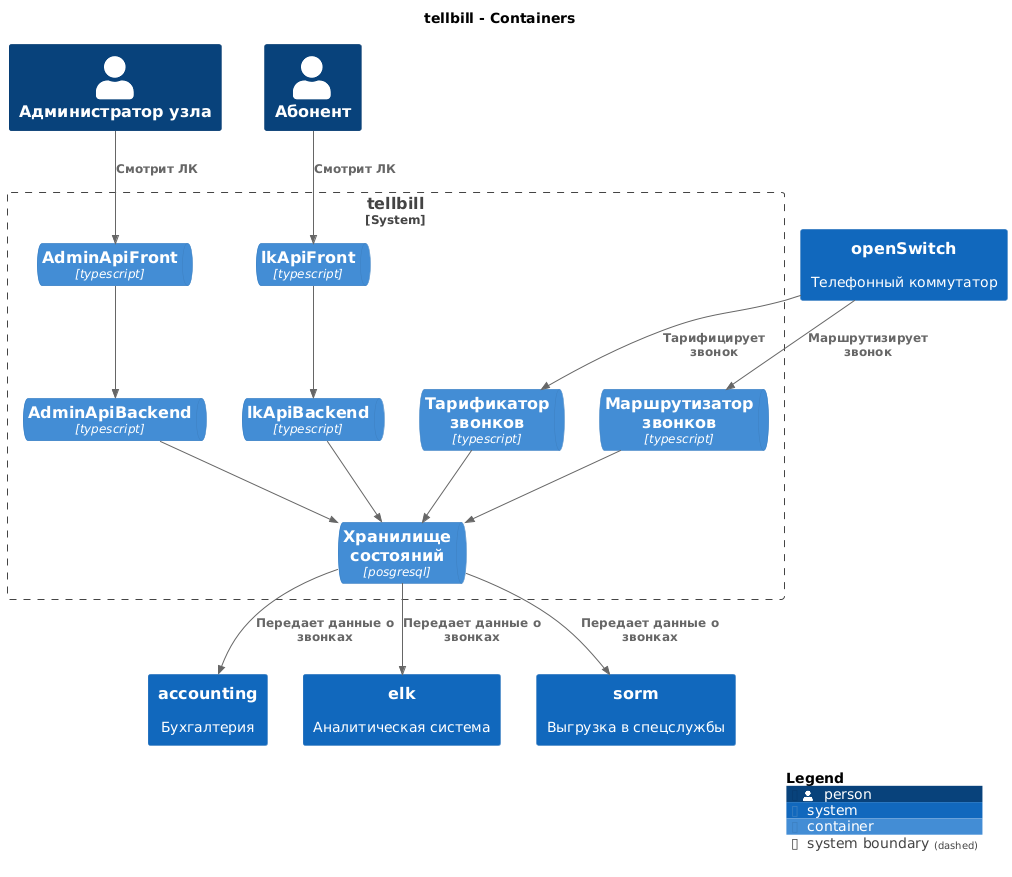
This is docs/c4-dsl/plantuml/png/structurizr-Containers.png from lfuuu/Diplom, a PlantUML export, as it was before one commit. Source of this version:
```plantuml
@startuml
set separator none
title tellbill - Containers

top to bottom direction

!include <C4/C4>
!include <C4/C4_Context>
!include <C4/C4_Container>

Person(Администраторузла, "Администратор узла", $descr="", $tags="", $link="")
Person(Абонент, "Абонент", $descr="", $tags="", $link="")
System(openSwitch, "openSwitch", $descr="Телефонный коммутатор", $tags="", $link="")
System(accounting, "accounting", $descr="Бухгалтерия", $tags="", $link="")
System(elk, "elk", $descr="Аналитическая система", $tags="", $link="")
System(sorm, "sorm", $descr="Выгрузка в спецслужбы", $tags="", $link="")

System_Boundary("tellbill_boundary", "tellbill", $tags="") {
  ContainerQueue(tellbill.Хранилищесостояний, "Хранилище состояний", $techn="posgresql", $descr="", $tags="", $link="")
  ContainerQueue(tellbill.lkApiBackend, "lkApiBackend", $techn="typescript", $descr="", $tags="", $link="")
  ContainerQueue(tellbill.lkApiFront, "lkApiFront", $techn="typescript", $descr="", $tags="", $link="")
  ContainerQueue(tellbill.AdminApiBackend, "AdminApiBackend", $techn="typescript", $descr="", $tags="", $link="")
  ContainerQueue(tellbill.AdminApiFront, "AdminApiFront", $techn="typescript", $descr="", $tags="", $link="")
  ContainerQueue(tellbill.Тарификаторзвонков, "Тарификатор звонков", $techn="typescript", $descr="", $tags="", $link="")
  ContainerQueue(tellbill.Маршрутизаторзвонков, "Маршрутизатор звонков", $techn="typescript", $descr="", $tags="", $link="")
}

Rel(tellbill.Тарификаторзвонков, tellbill.Хранилищесостояний, "", $techn="", $tags="", $link="")
Rel(tellbill.Маршрутизаторзвонков, tellbill.Хранилищесостояний, "", $techn="", $tags="", $link="")
Rel(tellbill.Хранилищесостояний, elk, "Передает данные о звонках", $techn="", $tags="", $link="")
Rel(tellbill.Хранилищесостояний, sorm, "Передает данные о звонках", $techn="", $tags="", $link="")
Rel(tellbill.Хранилищесостояний, accounting, "Передает данные о звонках", $techn="", $tags="", $link="")
Rel(tellbill.lkApiFront, tellbill.lkApiBackend, "", $techn="", $tags="", $link="")
Rel(tellbill.AdminApiFront, tellbill.AdminApiBackend, "", $techn="", $tags="", $link="")
Rel(tellbill.lkApiBackend, tellbill.Хранилищесостояний, "", $techn="", $tags="", $link="")
Rel(tellbill.AdminApiBackend, tellbill.Хранилищесостояний, "", $techn="", $tags="", $link="")
Rel(openSwitch, tellbill.Тарификаторзвонков, "Тарифицирует звонок", $techn="", $tags="", $link="")
Rel(openSwitch, tellbill.Маршрутизаторзвонков, "Маршрутизирует звонок", $techn="", $tags="", $link="")
Rel(Абонент, tellbill.lkApiFront, "Смотрит ЛК", $techn="", $tags="", $link="")
Rel(Администраторузла, tellbill.AdminApiFront, "Смотрит ЛК", $techn="", $tags="", $link="")

SHOW_LEGEND(true)
@enduml
```
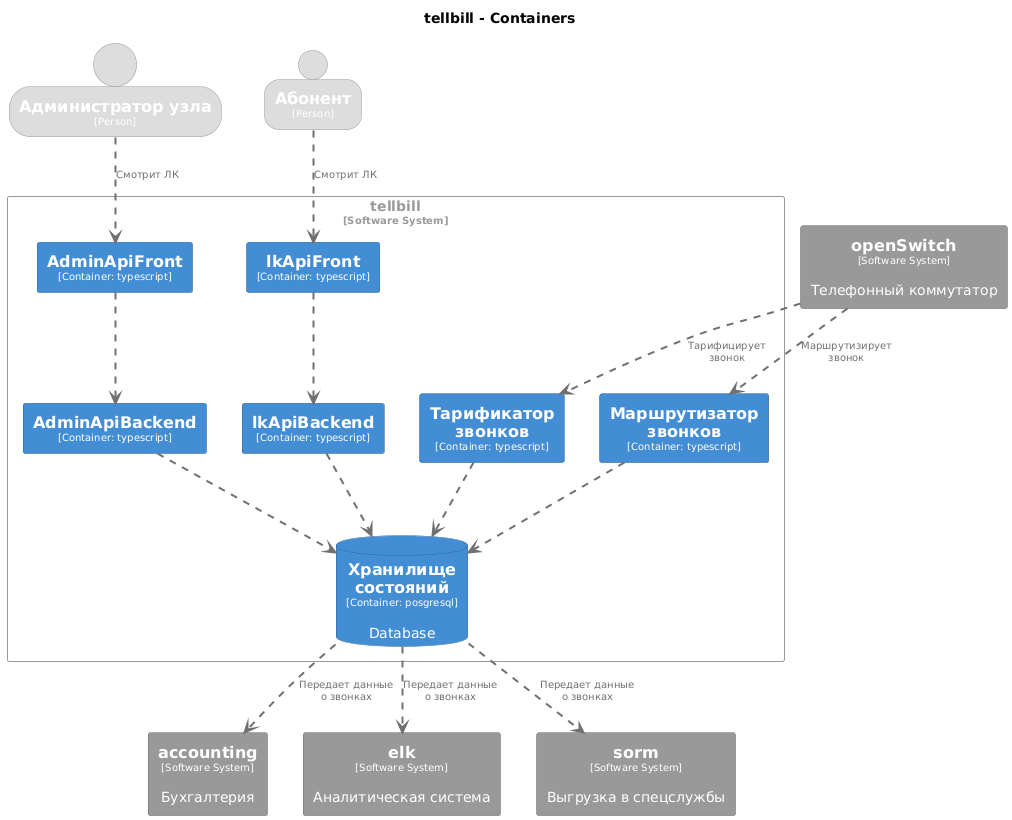
Above is the later version.

Diff of the diagram source:
```diff
@@ -4,40 +4,127 @@
 
 top to bottom direction
 
-!include <C4/C4>
-!include <C4/C4_Context>
-!include <C4/C4_Container>
-
-Person(Администраторузла, "Администратор узла", $descr="", $tags="", $link="")
-Person(Абонент, "Абонент", $descr="", $tags="", $link="")
-System(openSwitch, "openSwitch", $descr="Телефонный коммутатор", $tags="", $link="")
-System(accounting, "accounting", $descr="Бухгалтерия", $tags="", $link="")
-System(elk, "elk", $descr="Аналитическая система", $tags="", $link="")
-System(sorm, "sorm", $descr="Выгрузка в спецслужбы", $tags="", $link="")
-
-System_Boundary("tellbill_boundary", "tellbill", $tags="") {
-  ContainerQueue(tellbill.Хранилищесостояний, "Хранилище состояний", $techn="posgresql", $descr="", $tags="", $link="")
-  ContainerQueue(tellbill.lkApiBackend, "lkApiBackend", $techn="typescript", $descr="", $tags="", $link="")
-  ContainerQueue(tellbill.lkApiFront, "lkApiFront", $techn="typescript", $descr="", $tags="", $link="")
-  ContainerQueue(tellbill.AdminApiBackend, "AdminApiBackend", $techn="typescript", $descr="", $tags="", $link="")
-  ContainerQueue(tellbill.AdminApiFront, "AdminApiFront", $techn="typescript", $descr="", $tags="", $link="")
-  ContainerQueue(tellbill.Тарификаторзвонков, "Тарификатор звонков", $techn="typescript", $descr="", $tags="", $link="")
-  ContainerQueue(tellbill.Маршрутизаторзвонков, "Маршрутизатор звонков", $techn="typescript", $descr="", $tags="", $link="")
+skinparam {
+  arrowFontSize 10
+  defaultTextAlignment center
+  wrapWidth 200
+  maxMessageSize 100
 }
 
-Rel(tellbill.Тарификаторзвонков, tellbill.Хранилищесостояний, "", $techn="", $tags="", $link="")
-Rel(tellbill.Маршрутизаторзвонков, tellbill.Хранилищесостояний, "", $techn="", $tags="", $link="")
-Rel(tellbill.Хранилищесостояний, elk, "Передает данные о звонках", $techn="", $tags="", $link="")
-Rel(tellbill.Хранилищесостояний, sorm, "Передает данные о звонках", $techn="", $tags="", $link="")
-Rel(tellbill.Хранилищесостояний, accounting, "Передает данные о звонках", $techn="", $tags="", $link="")
-Rel(tellbill.lkApiFront, tellbill.lkApiBackend, "", $techn="", $tags="", $link="")
-Rel(tellbill.AdminApiFront, tellbill.AdminApiBackend, "", $techn="", $tags="", $link="")
-Rel(tellbill.lkApiBackend, tellbill.Хранилищесостояний, "", $techn="", $tags="", $link="")
-Rel(tellbill.AdminApiBackend, tellbill.Хранилищесостояний, "", $techn="", $tags="", $link="")
-Rel(openSwitch, tellbill.Тарификаторзвонков, "Тарифицирует звонок", $techn="", $tags="", $link="")
-Rel(openSwitch, tellbill.Маршрутизаторзвонков, "Маршрутизирует звонок", $techn="", $tags="", $link="")
-Rel(Абонент, tellbill.lkApiFront, "Смотрит ЛК", $techn="", $tags="", $link="")
-Rel(Администраторузла, tellbill.AdminApiFront, "Смотрит ЛК", $techn="", $tags="", $link="")
+hide stereotype
 
-SHOW_LEGEND(true)
+skinparam rectangle<<tellbill.AdminApiBackend>> {
+  BackgroundColor #438dd5
+  FontColor #ffffff
+  BorderColor #2e6295
+  shadowing false
+}
+skinparam rectangle<<tellbill.AdminApiFront>> {
+  BackgroundColor #438dd5
+  FontColor #ffffff
+  BorderColor #2e6295
+  shadowing false
+}
+skinparam rectangle<<accounting>> {
+  BackgroundColor #999999
+  FontColor #ffffff
+  BorderColor #6b6b6b
+  shadowing false
+}
+skinparam rectangle<<elk>> {
+  BackgroundColor #999999
+  FontColor #ffffff
+  BorderColor #6b6b6b
+  shadowing false
+}
+skinparam rectangle<<tellbill.lkApiBackend>> {
+  BackgroundColor #438dd5
+  FontColor #ffffff
+  BorderColor #2e6295
+  shadowing false
+}
+skinparam rectangle<<tellbill.lkApiFront>> {
+  BackgroundColor #438dd5
+  FontColor #ffffff
+  BorderColor #2e6295
+  shadowing false
+}
+skinparam rectangle<<openSwitch>> {
+  BackgroundColor #999999
+  FontColor #ffffff
+  BorderColor #6b6b6b
+  shadowing false
+}
+skinparam rectangle<<sorm>> {
+  BackgroundColor #999999
+  FontColor #ffffff
+  BorderColor #6b6b6b
+  shadowing false
+}
+skinparam person<<Абонент>> {
+  BackgroundColor #dddddd
+  FontColor #ffffff
+  BorderColor #9a9a9a
+  shadowing false
+}
+skinparam person<<Администраторузла>> {
+  BackgroundColor #dddddd
+  FontColor #ffffff
+  BorderColor #9a9a9a
+  shadowing false
+}
+skinparam rectangle<<tellbill.Маршрутизаторзвонков>> {
+  BackgroundColor #438dd5
+  FontColor #ffffff
+  BorderColor #2e6295
+  shadowing false
+}
+skinparam rectangle<<tellbill.Тарификаторзвонков>> {
+  BackgroundColor #438dd5
+  FontColor #ffffff
+  BorderColor #2e6295
+  shadowing false
+}
+skinparam database<<tellbill.Хранилищесостояний>> {
+  BackgroundColor #438dd5
+  FontColor #ffffff
+  BorderColor #2e6295
+  shadowing false
+}
+skinparam rectangle<<tellbill>> {
+  BorderColor #9a9a9a
+  FontColor #9a9a9a
+  shadowing false
+}
+
+person "==Администратор узла\n<size:10>[Person]</size>" <<Администраторузла>> as Администраторузла
+person "==Абонент\n<size:10>[Person]</size>" <<Абонент>> as Абонент
+rectangle "==openSwitch\n<size:10>[Software System]</size>\n\nТелефонный коммутатор" <<openSwitch>> as openSwitch
+rectangle "==accounting\n<size:10>[Software System]</size>\n\nБухгалтерия" <<accounting>> as accounting
+rectangle "==elk\n<size:10>[Software System]</size>\n\nАналитическая система" <<elk>> as elk
+rectangle "==sorm\n<size:10>[Software System]</size>\n\nВыгрузка в спецслужбы" <<sorm>> as sorm
+
+rectangle "tellbill\n<size:10>[Software System]</size>" <<tellbill>> {
+  database "==Хранилище состояний\n<size:10>[Container: posgresql]</size>\n\nDatabase" <<tellbill.Хранилищесостояний>> as tellbill.Хранилищесостояний
+  rectangle "==lkApiBackend\n<size:10>[Container: typescript]</size>" <<tellbill.lkApiBackend>> as tellbill.lkApiBackend
+  rectangle "==lkApiFront\n<size:10>[Container: typescript]</size>" <<tellbill.lkApiFront>> as tellbill.lkApiFront
+  rectangle "==AdminApiBackend\n<size:10>[Container: typescript]</size>" <<tellbill.AdminApiBackend>> as tellbill.AdminApiBackend
+  rectangle "==AdminApiFront\n<size:10>[Container: typescript]</size>" <<tellbill.AdminApiFront>> as tellbill.AdminApiFront
+  rectangle "==Тарификатор звонков\n<size:10>[Container: typescript]</size>" <<tellbill.Тарификаторзвонков>> as tellbill.Тарификаторзвонков
+  rectangle "==Маршрутизатор звонков\n<size:10>[Container: typescript]</size>" <<tellbill.Маршрутизаторзвонков>> as tellbill.Маршрутизаторзвонков
+}
+
+tellbill.Тарификаторзвонков .[#707070,thickness=2].> tellbill.Хранилищесостояний : "<color:#707070>"
+tellbill.Маршрутизаторзвонков .[#707070,thickness=2].> tellbill.Хранилищесостояний : "<color:#707070>"
+tellbill.Хранилищесостояний .[#707070,thickness=2].> elk : "<color:#707070>Передает данные о звонках"
+tellbill.Хранилищесостояний .[#707070,thickness=2].> sorm : "<color:#707070>Передает данные о звонках"
+tellbill.Хранилищесостояний .[#707070,thickness=2].> accounting : "<color:#707070>Передает данные о звонках"
+tellbill.lkApiFront .[#707070,thickness=2].> tellbill.lkApiBackend : "<color:#707070>"
+tellbill.AdminApiFront .[#707070,thickness=2].> tellbill.AdminApiBackend : "<color:#707070>"
+tellbill.lkApiBackend .[#707070,thickness=2].> tellbill.Хранилищесостояний : "<color:#707070>"
+tellbill.AdminApiBackend .[#707070,thickness=2].> tellbill.Хранилищесостояний : "<color:#707070>"
+openSwitch .[#707070,thickness=2].> tellbill.Тарификаторзвонков : "<color:#707070>Тарифицирует звонок"
+openSwitch .[#707070,thickness=2].> tellbill.Маршрутизаторзвонков : "<color:#707070>Маршрутизирует звонок"
+Абонент .[#707070,thickness=2].> tellbill.lkApiFront : "<color:#707070>Смотрит ЛК"
+Администраторузла .[#707070,thickness=2].> tellbill.AdminApiFront : "<color:#707070>Смотрит ЛК"
 @enduml
```
